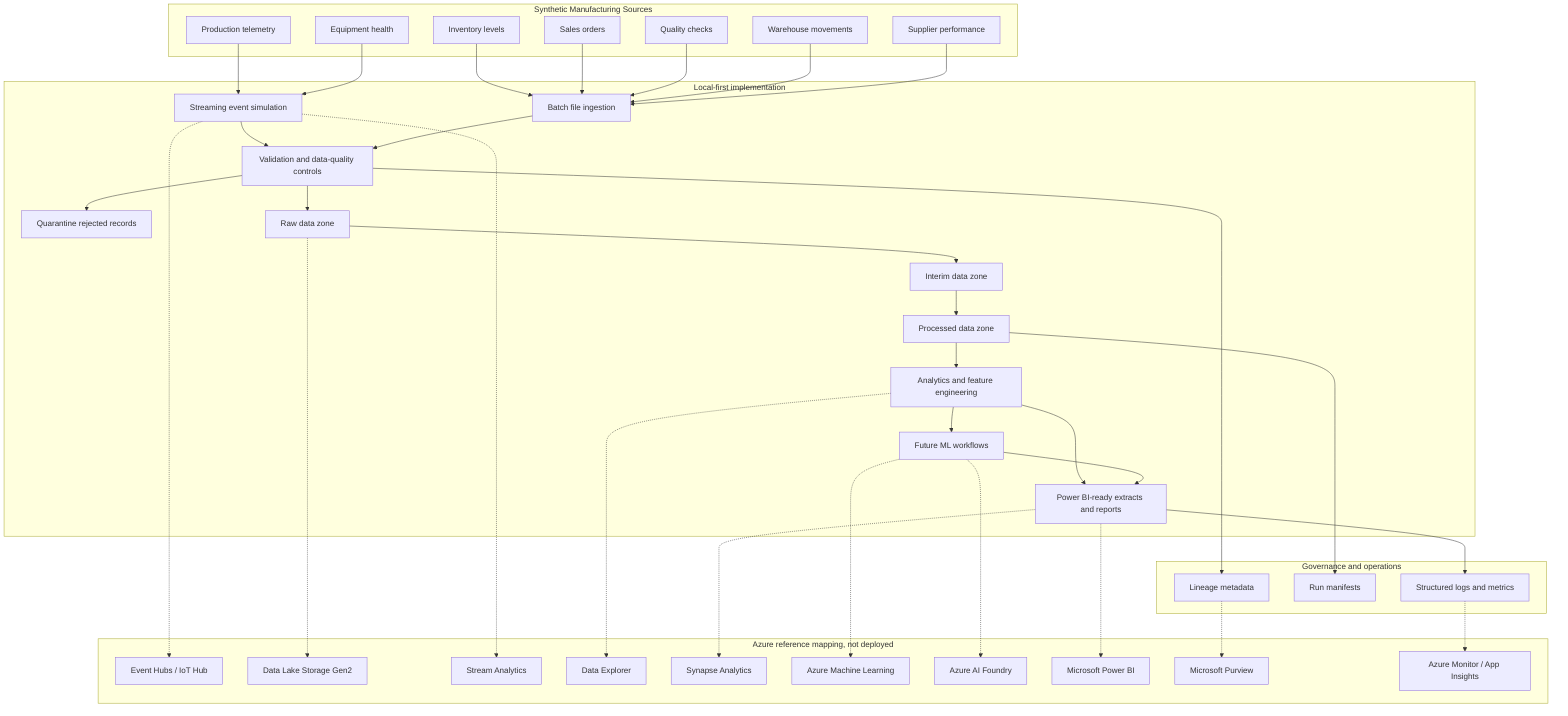
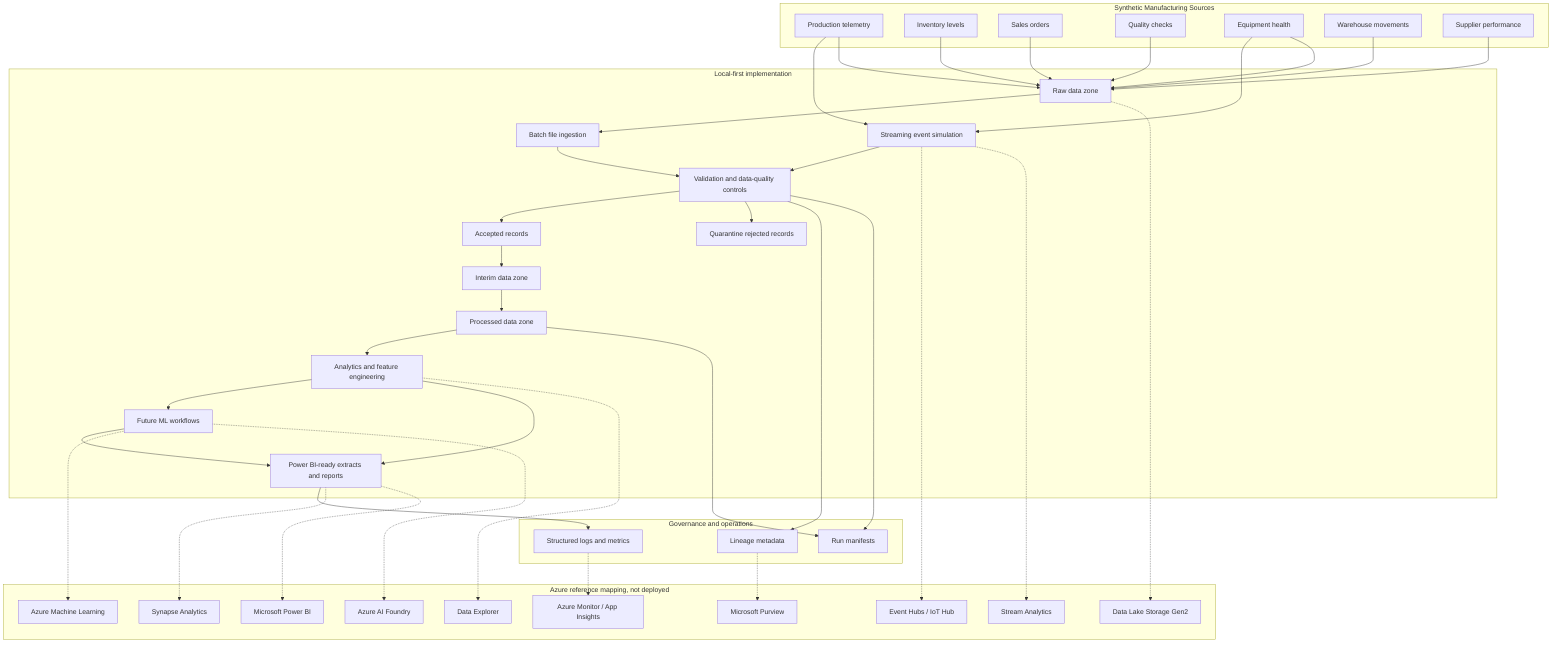
flowchart TD
    subgraph Sources["Synthetic Manufacturing Sources"]
        Production["Production telemetry"]
        Inventory["Inventory levels"]
        Sales["Sales orders"]
        Quality["Quality checks"]
        Equipment["Equipment health"]
        Warehouse["Warehouse movements"]
        Suppliers["Supplier performance"]
    end

    subgraph Local["Local-first implementation"]
+         Raw["Raw data zone"]
        Batch["Batch file ingestion"]
        Stream["Streaming event simulation"]
        Validate["Validation and data-quality controls"]
+         Accepted["Accepted records"]
        Quarantine["Quarantine rejected records"]
-         Raw["Raw data zone"]
        Interim["Interim data zone"]
        Processed["Processed data zone"]
        Features["Analytics and feature engineering"]
        ML["Future ML workflows"]
        Reporting["Power BI-ready extracts and reports"]
    end

    subgraph Governance["Governance and operations"]
        Lineage["Lineage metadata"]
        Manifests["Run manifests"]
        Logs["Structured logs and metrics"]
    end

    subgraph Azure["Azure reference mapping, not deployed"]
        EventHubs["Event Hubs / IoT Hub"]
        ADLS["Data Lake Storage Gen2"]
        StreamAnalytics["Stream Analytics"]
        ADX["Data Explorer"]
        Synapse["Synapse Analytics"]
        AzureML["Azure Machine Learning"]
        Foundry["Azure AI Foundry"]
        PowerBI["Microsoft Power BI"]
        Purview["Microsoft Purview"]
        Monitor["Azure Monitor / App Insights"]
    end

    Production --> Stream
    Equipment --> Stream
-     Inventory --> Batch
-     Sales --> Batch
-     Quality --> Batch
-     Warehouse --> Batch
-     Suppliers --> Batch
+     Inventory --> Raw
+     Sales --> Raw
+     Quality --> Raw
+     Warehouse --> Raw
+     Suppliers --> Raw
+     Production --> Raw
+     Equipment --> Raw
+     Raw --> Batch
    Stream --> Validate
    Batch --> Validate
-     Validate --> Raw
+     Validate --> Accepted
    Validate --> Quarantine
-     Raw --> Interim
+     Accepted --> Interim
    Interim --> Processed
    Processed --> Features
    Features --> ML
    Features --> Reporting
    ML --> Reporting
    Validate --> Lineage
+     Validate --> Manifests
    Processed --> Manifests
    Reporting --> Logs

    Stream -.-> EventHubs
    Raw -.-> ADLS
    Stream -.-> StreamAnalytics
    Features -.-> ADX
    Reporting -.-> Synapse
    ML -.-> AzureML
    Reporting -.-> PowerBI
    Lineage -.-> Purview
    Logs -.-> Monitor
    ML -.-> Foundry
